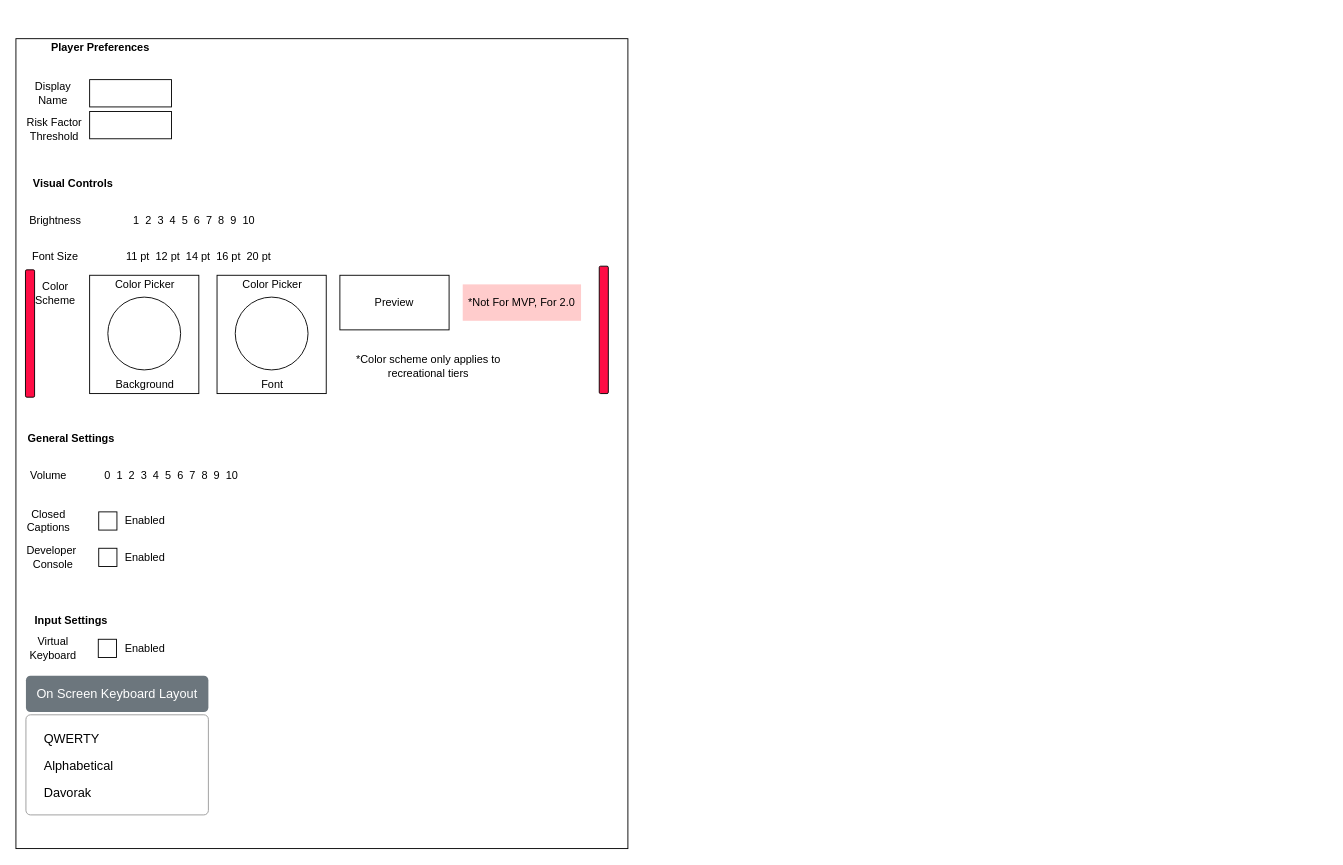
RPG-Research/bcirpg keeps this draw.io diagram as Wireframes/project_ilmatar_phase2_wireframe_playerPreferences.drawio. Above is the earlier version. Source tidied: cells renumbered, new cells numbered last; positions are measured from the earlier drawing's top-left corner, leaving out a move shared by most shapes. Both pictures are drawn from the tidied source at 91%, with x=0, y=0 at pixel (15, 38).
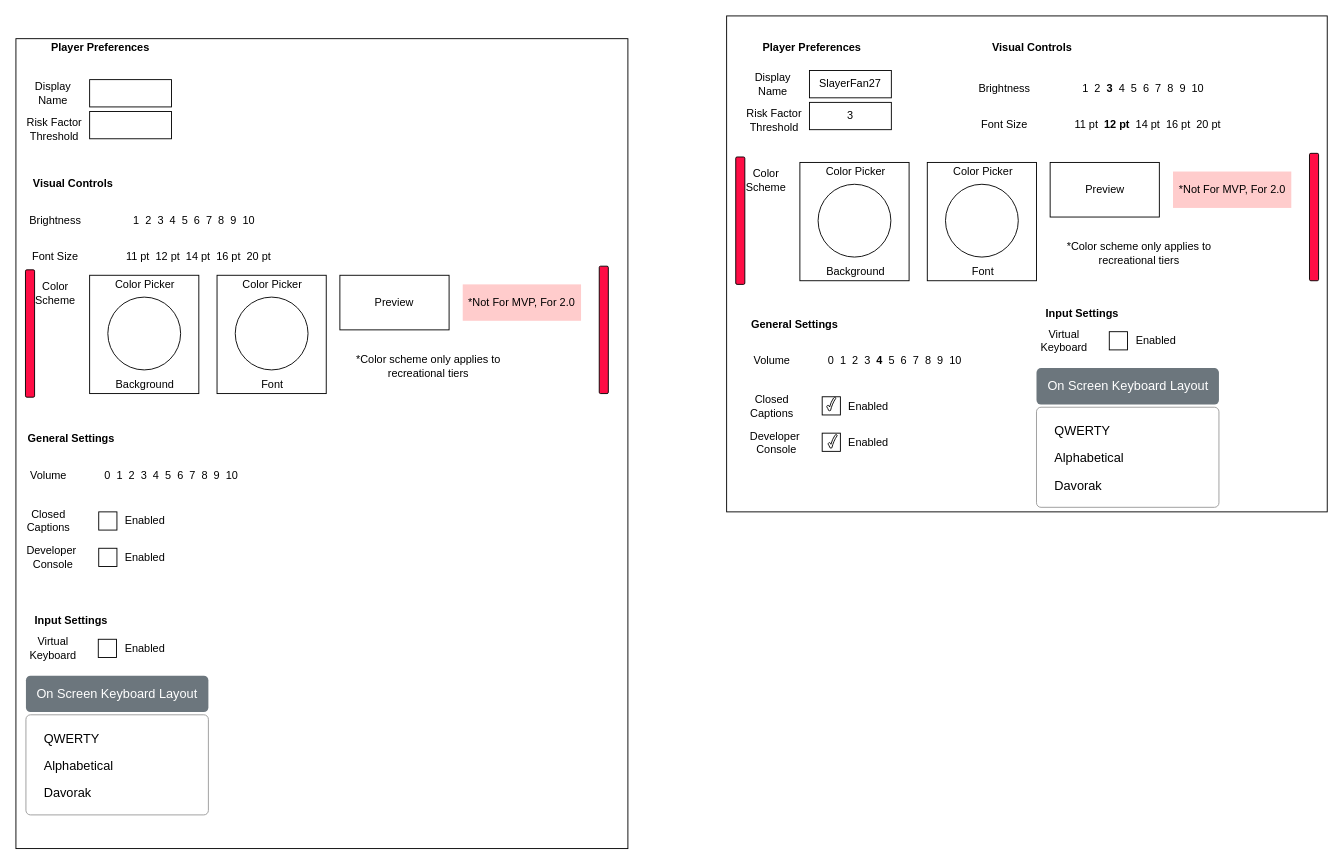
The same page after the edit.

Commit message (it also covers changes not shown here):
Made some changes and made some more flowcharts

Change to the diagram source:
```diff
@@
+    <mxCell id="45" style="rounded=0;whiteSpace=wrap;html=1;" parent="1" vertex="1">
+      <mxGeometry x="781" y="-25" width="660" height="545" as="geometry" />
+    </mxCell>
+    <mxCell id="46" value="Display Name" style="text;html=1;strokeColor=none;fillColor=none;align=center;verticalAlign=middle;whiteSpace=wrap;rounded=0;" parent="1" vertex="1">
+      <mxGeometry x="797" y="40" width="70" height="20" as="geometry" />
+    </mxCell>
+    <mxCell id="47" value="SlayerFan27" style="rounded=0;whiteSpace=wrap;html=1;" parent="1" vertex="1">
+      <mxGeometry x="872" y="35" width="90" height="30" as="geometry" />
+    </mxCell>
+    <mxCell id="48" value="Risk Factor Threshold" style="text;html=1;strokeColor=none;fillColor=none;align=center;verticalAlign=middle;whiteSpace=wrap;rounded=0;" parent="1" vertex="1">
+      <mxGeometry x="791" y="80" width="85" height="20" as="geometry" />
+    </mxCell>
+    <mxCell id="49" value="3" style="rounded=0;whiteSpace=wrap;html=1;" parent="1" vertex="1">
+      <mxGeometry x="872" y="70" width="90" height="30" as="geometry" />
+    </mxCell>
+    <mxCell id="50" value="&lt;b&gt;Visual Controls&lt;/b&gt;" style="text;html=1;strokeColor=none;fillColor=none;align=center;verticalAlign=middle;whiteSpace=wrap;rounded=0;" parent="1" vertex="1">
+      <mxGeometry x="1059" width="116" height="20" as="geometry" />
+    </mxCell>
+    <mxCell id="51" value="Brightness" style="text;html=1;strokeColor=none;fillColor=none;align=center;verticalAlign=middle;whiteSpace=wrap;rounded=0;" parent="1" vertex="1">
+      <mxGeometry x="1059" y="45" width="55" height="20" as="geometry" />
+    </mxCell>
+    <mxCell id="52" value="Font Size" style="text;html=1;strokeColor=none;fillColor=none;align=center;verticalAlign=middle;whiteSpace=wrap;rounded=0;" parent="1" vertex="1">
+      <mxGeometry x="1059" y="85" width="55" height="20" as="geometry" />
+    </mxCell>
+    <mxCell id="53" value="Color Scheme" style="text;html=1;strokeColor=none;fillColor=none;align=center;verticalAlign=middle;whiteSpace=wrap;rounded=0;" parent="1" vertex="1">
+      <mxGeometry x="791.5" y="146" width="65" height="20" as="geometry" />
+    </mxCell>
+    <mxCell id="54" style="rounded=0;whiteSpace=wrap;html=1;" parent="1" vertex="1">
+      <mxGeometry x="861.5" y="136" width="120" height="130" as="geometry" />
+    </mxCell>
+    <mxCell id="55" style="ellipse;whiteSpace=wrap;html=1;" parent="1" vertex="1">
+      <mxGeometry x="881.5" y="160" width="80" height="80" as="geometry" />
+    </mxCell>
+    <mxCell id="56" value="Color Picker" style="text;html=1;strokeColor=none;fillColor=none;align=center;verticalAlign=middle;whiteSpace=wrap;rounded=0;" parent="1" vertex="1">
+      <mxGeometry x="872.5" y="136" width="100" height="20" as="geometry" />
+    </mxCell>
+    <mxCell id="57" style="rounded=0;whiteSpace=wrap;html=1;" parent="1" vertex="1">
+      <mxGeometry x="1001.5" y="136" width="120" height="130" as="geometry" />
+    </mxCell>
+    <mxCell id="58" style="ellipse;whiteSpace=wrap;html=1;" parent="1" vertex="1">
+      <mxGeometry x="1021.5" y="160" width="80" height="80" as="geometry" />
+    </mxCell>
+    <mxCell id="59" value="Color Picker" style="text;html=1;strokeColor=none;fillColor=none;align=center;verticalAlign=middle;whiteSpace=wrap;rounded=0;" parent="1" vertex="1">
+      <mxGeometry x="1012.5" y="136" width="100" height="20" as="geometry" />
+    </mxCell>
+    <mxCell id="60" value="Background" style="text;html=1;strokeColor=none;fillColor=none;align=center;verticalAlign=middle;whiteSpace=wrap;rounded=0;" parent="1" vertex="1">
+      <mxGeometry x="902.5" y="246" width="40" height="20" as="geometry" />
+    </mxCell>
+    <mxCell id="61" value="Font" style="text;html=1;strokeColor=none;fillColor=none;align=center;verticalAlign=middle;whiteSpace=wrap;rounded=0;" parent="1" vertex="1">
+      <mxGeometry x="1042.5" y="246" width="40" height="20" as="geometry" />
+    </mxCell>
+    <mxCell id="62" value="Preview" style="rounded=0;whiteSpace=wrap;html=1;" parent="1" vertex="1">
+      <mxGeometry x="1136.5" y="136" width="120" height="60" as="geometry" />
+    </mxCell>
+    <mxCell id="63" value="*Color scheme only applies to recreational tiers" style="text;html=1;strokeColor=none;fillColor=none;align=center;verticalAlign=middle;whiteSpace=wrap;rounded=0;" parent="1" vertex="1">
+      <mxGeometry x="1136.5" y="216" width="195" height="40" as="geometry" />
+    </mxCell>
+    <mxCell id="64" value="General Settings" style="text;html=1;strokeColor=none;fillColor=none;align=center;verticalAlign=middle;whiteSpace=wrap;rounded=0;fontStyle=1;" parent="1" vertex="1">
+      <mxGeometry x="806" y="303.5" width="100" height="20" as="geometry" />
+    </mxCell>
+    <mxCell id="65" value="Volume" style="text;html=1;strokeColor=none;fillColor=none;align=center;verticalAlign=middle;whiteSpace=wrap;rounded=0;" parent="1" vertex="1">
+      <mxGeometry x="811" y="343.5" width="40" height="20" as="geometry" />
+    </mxCell>
+    <mxCell id="66" value="Closed Captions" style="text;html=1;strokeColor=none;fillColor=none;align=center;verticalAlign=middle;whiteSpace=wrap;rounded=0;" parent="1" vertex="1">
+      <mxGeometry x="806" y="393.5" width="50" height="20" as="geometry" />
+    </mxCell>
+    <mxCell id="67" style="rounded=0;whiteSpace=wrap;html=1;" parent="1" vertex="1">
+      <mxGeometry x="886" y="393.5" width="20" height="20" as="geometry" />
+    </mxCell>
+    <mxCell id="68" value="Enabled" style="text;html=1;strokeColor=none;fillColor=none;align=center;verticalAlign=middle;whiteSpace=wrap;rounded=0;" parent="1" vertex="1">
+      <mxGeometry x="917" y="393.5" width="40" height="20" as="geometry" />
+    </mxCell>
+    <mxCell id="69" value="Player Preferences" style="text;html=1;strokeColor=none;fillColor=none;align=center;verticalAlign=middle;whiteSpace=wrap;rounded=0;fontStyle=1;" parent="1" vertex="1">
+      <mxGeometry x="797" width="156" height="20" as="geometry" />
+    </mxCell>
+    <mxCell id="70" value="Developer&amp;nbsp;&lt;br&gt;Console" style="text;html=1;strokeColor=none;fillColor=none;align=center;verticalAlign=middle;whiteSpace=wrap;rounded=0;" parent="1" vertex="1">
+      <mxGeometry x="806" y="433.5" width="60" height="20" as="geometry" />
+    </mxCell>
+    <mxCell id="71" style="rounded=0;whiteSpace=wrap;html=1;" parent="1" vertex="1">
+      <mxGeometry x="886" y="433.5" width="20" height="20" as="geometry" />
+    </mxCell>
+    <mxCell id="72" value="Enabled" style="text;html=1;strokeColor=none;fillColor=none;align=center;verticalAlign=middle;whiteSpace=wrap;rounded=0;" parent="1" vertex="1">
+      <mxGeometry x="917" y="433.5" width="40" height="20" as="geometry" />
+    </mxCell>
+    <mxCell id="73" value="Input Settings" style="text;html=1;strokeColor=none;fillColor=none;align=center;verticalAlign=middle;whiteSpace=wrap;rounded=0;fontStyle=1;" parent="1" vertex="1">
+      <mxGeometry x="1122" y="292" width="100" height="20" as="geometry" />
+    </mxCell>
+    <mxCell id="74" value="On Screen Keyboard Layout" style="html=1;shadow=0;dashed=0;shape=mxgraph.bootstrap.rrect;rSize=5;strokeColor=none;strokeWidth=1;fillColor=#6C767D;fontColor=#ffffff;whiteSpace=wrap;align=left;verticalAlign=middle;fontStyle=0;fontSize=14;spacingLeft=10;" parent="1" vertex="1">
+      <mxGeometry x="1121.5" y="362" width="200.5" height="40" as="geometry" />
+    </mxCell>
+    <mxCell id="75" style="html=1;shadow=0;dashed=0;shape=mxgraph.bootstrap.rrect;rSize=5;fillColor=#ffffff;strokeColor=#999999;" parent="1" vertex="1">
+      <mxGeometry x="1121.5" y="405" width="200.5" height="110" as="geometry" />
+    </mxCell>
+    <mxCell id="76" value="QWERTY" style="fillColor=none;strokeColor=none;align=left;spacing=20;fontSize=14;" parent="75" vertex="1">
+      <mxGeometry width="170" height="30" relative="1" as="geometry">
+        <mxPoint y="10" as="offset" />
+      </mxGeometry>
+    </mxCell>
+    <mxCell id="77" value="Alphabetical" style="fillColor=none;strokeColor=none;align=left;spacing=20;fontSize=14;" parent="75" vertex="1">
+      <mxGeometry width="170" height="30" relative="1" as="geometry">
+        <mxPoint y="40" as="offset" />
+      </mxGeometry>
+    </mxCell>
+    <mxCell id="78" value="Davorak" style="fillColor=none;strokeColor=none;align=left;spacing=20;fontSize=14;" parent="75" vertex="1">
+      <mxGeometry width="170" height="30" relative="1" as="geometry">
+        <mxPoint y="70" as="offset" />
+      </mxGeometry>
+    </mxCell>
+    <mxCell id="79" value="*Not For MVP, For 2.0" style="text;html=1;strokeColor=none;fillColor=#FFCCCC;align=center;verticalAlign=middle;whiteSpace=wrap;rounded=0;" parent="1" vertex="1">
+      <mxGeometry x="1271.5" y="146" width="130" height="40" as="geometry" />
+    </mxCell>
+    <mxCell id="80" style="rounded=1;whiteSpace=wrap;html=1;shadow=0;strokeColor=#000000;fillColor=#FF0D45;" parent="1" vertex="1">
+      <mxGeometry x="791" y="130" width="10" height="140" as="geometry" />
+    </mxCell>
+    <mxCell id="81" style="rounded=1;whiteSpace=wrap;html=1;shadow=0;strokeColor=#000000;fillColor=#FF0D45;" parent="1" vertex="1">
+      <mxGeometry x="1421.5" y="126" width="10" height="140" as="geometry" />
+    </mxCell>
+    <mxCell id="82" value="11 pt&amp;nbsp; &lt;b&gt;12 pt&lt;/b&gt;&amp;nbsp; 14 pt&amp;nbsp; 16 pt&amp;nbsp; 20 pt" style="text;html=1;strokeColor=none;fillColor=none;align=center;verticalAlign=middle;whiteSpace=wrap;rounded=0;shadow=0;" parent="1" vertex="1">
+      <mxGeometry x="1154" y="85" width="180" height="20" as="geometry" />
+    </mxCell>
+    <mxCell id="83" value="0&amp;nbsp; 1&amp;nbsp; 2&amp;nbsp; 3&amp;nbsp; &lt;b&gt;4&amp;nbsp;&lt;/b&gt; 5&amp;nbsp; 6&amp;nbsp; 7&amp;nbsp; 8&amp;nbsp; 9&amp;nbsp; 10" style="text;html=1;strokeColor=none;fillColor=none;align=center;verticalAlign=middle;whiteSpace=wrap;rounded=0;shadow=0;" parent="1" vertex="1">
+      <mxGeometry x="886" y="343.5" width="160" height="20" as="geometry" />
+    </mxCell>
+    <mxCell id="84" value="1&amp;nbsp; 2&amp;nbsp; &lt;b&gt;3&lt;/b&gt;&amp;nbsp; 4&amp;nbsp; 5&amp;nbsp; 6&amp;nbsp; 7&amp;nbsp; 8&amp;nbsp; 9&amp;nbsp; 10" style="text;html=1;strokeColor=none;fillColor=none;align=center;verticalAlign=middle;whiteSpace=wrap;rounded=0;shadow=0;" parent="1" vertex="1">
+      <mxGeometry x="1164" y="45" width="150" height="20" as="geometry" />
+    </mxCell>
+    <mxCell id="85" value="Virtual Keyboard" style="text;html=1;strokeColor=none;fillColor=none;align=center;verticalAlign=middle;whiteSpace=wrap;rounded=0;" parent="1" vertex="1">
+      <mxGeometry x="1121.5" y="322" width="60" height="20" as="geometry" />
+    </mxCell>
+    <mxCell id="86" style="rounded=0;whiteSpace=wrap;html=1;" parent="1" vertex="1">
+      <mxGeometry x="1201.5" y="322" width="20" height="20" as="geometry" />
+    </mxCell>
+    <mxCell id="87" value="Enabled" style="text;html=1;strokeColor=none;fillColor=none;align=center;verticalAlign=middle;whiteSpace=wrap;rounded=0;" parent="1" vertex="1">
+      <mxGeometry x="1232.5" y="322" width="40" height="20" as="geometry" />
+    </mxCell>
+    <mxCell id="88" style="verticalLabelPosition=bottom;verticalAlign=top;html=1;shape=mxgraph.basic.tick;" parent="1" vertex="1">
+      <mxGeometry x="891" y="394" width="10" height="15" as="geometry" />
+    </mxCell>
+    <mxCell id="89" style="verticalLabelPosition=bottom;verticalAlign=top;html=1;shape=mxgraph.basic.tick;" parent="1" vertex="1">
+      <mxGeometry x="892.5" y="435" width="10" height="15" as="geometry" />
+    </mxCell>
```
